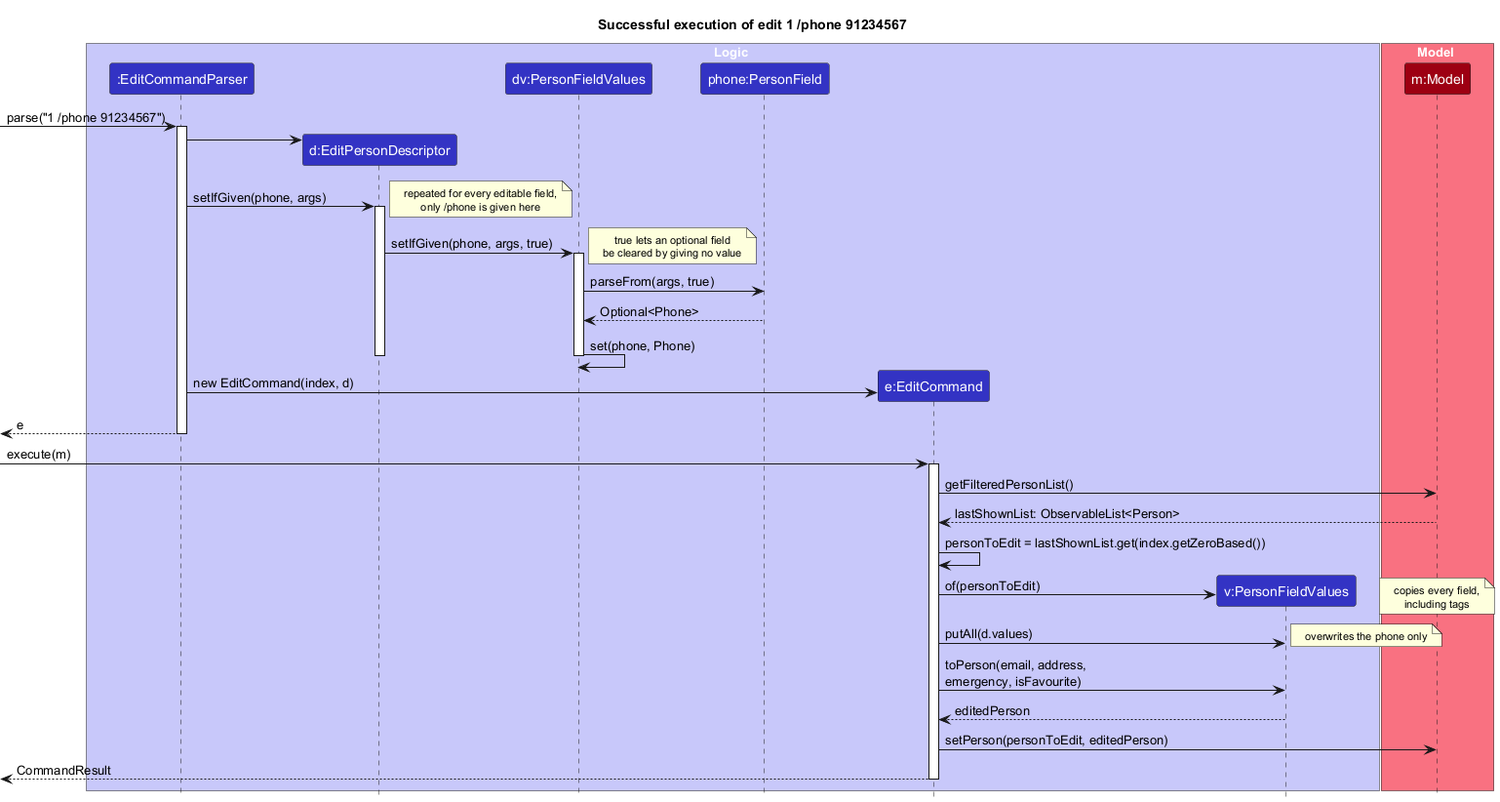
Above: docs/images/EditSequenceDiagram.png in AY2627S1-CS2103T-F10-1/tp (PlantUML), before the change.
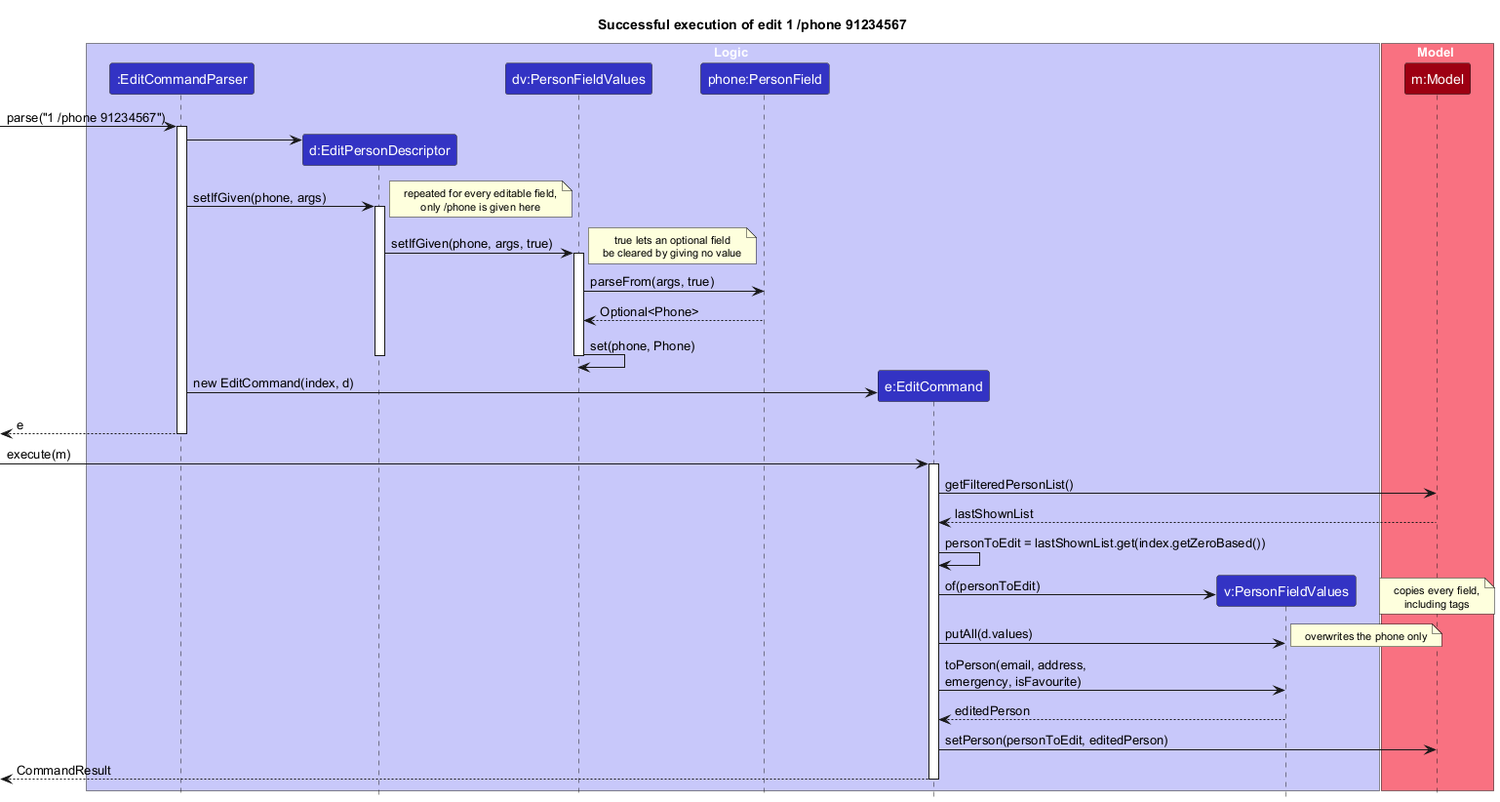
The same file after the commit.

Commit message:
Fix return label in diagram

Diff of the diagram source:
```diff
@@ -45,7 +45,7 @@
 activate EditCommand
 
 EditCommand -> Model : getFilteredPersonList()
-Model --> EditCommand : lastShownList: ObservableList<Person>
+Model --> EditCommand : lastShownList
 
 EditCommand -> EditCommand : personToEdit = lastShownList.get(index.getZeroBased())
 
```
